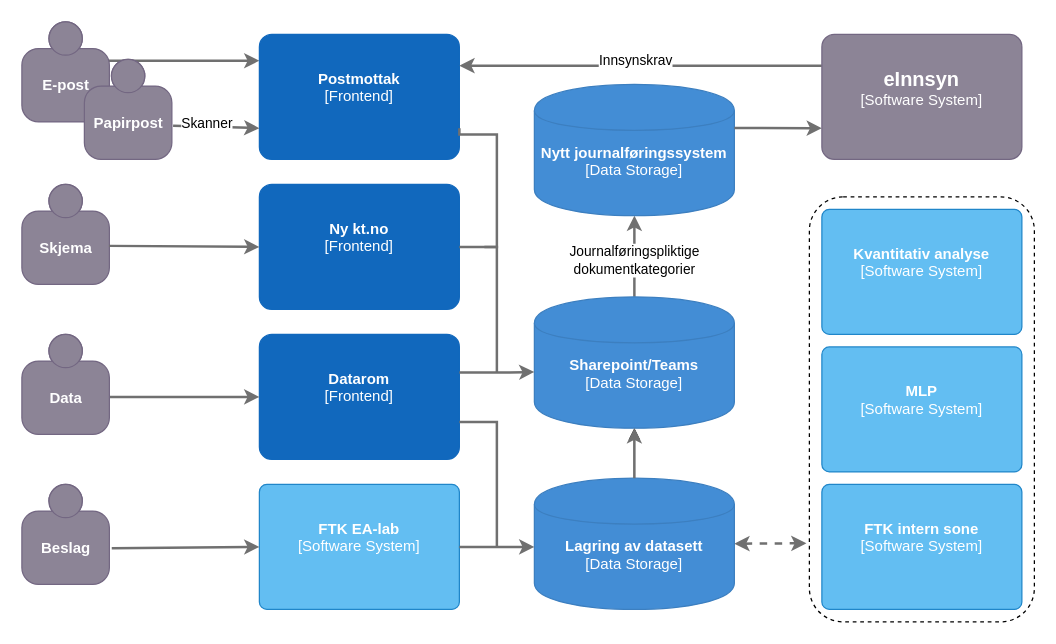
Before: page "Dataflyt inn" (1 of 14) of .drawio in mortenee/draw.io, a draw.io diagram. Source tidied: cells renumbered, new cells numbered last; positions are measured from the earlier drawing's top-left corner, leaving out a move shared by most shapes. Both pictures are drawn from the tidied source at 125%, with x=0, y=0 at pixel (21, 21).
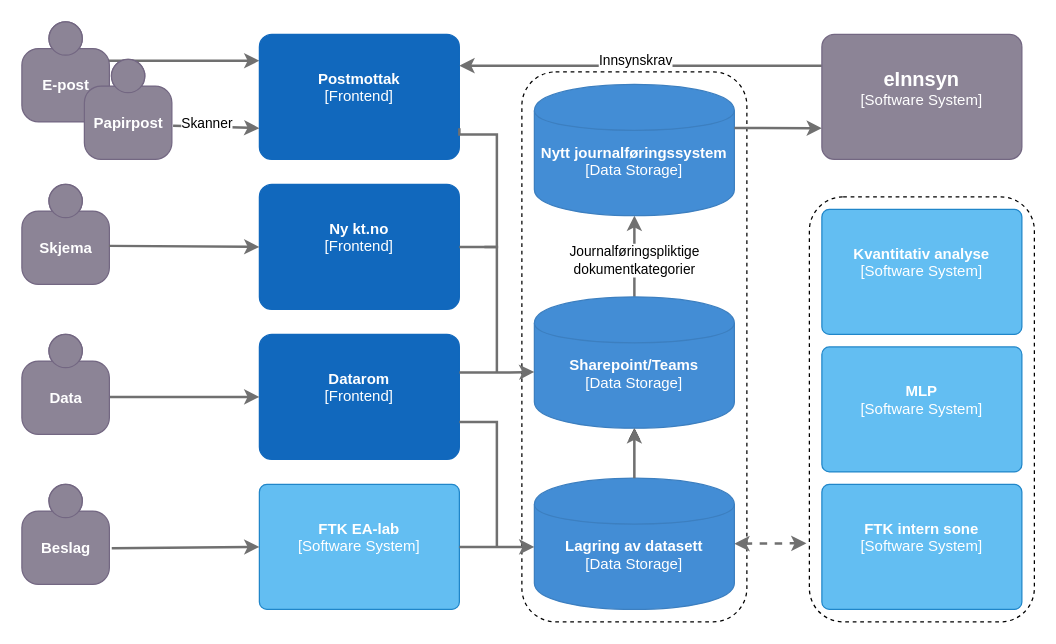
Above is the later version.

Diff of the diagram source:
```diff
@@
+    <mxCell id="38" style="rounded=1;whiteSpace=wrap;html=1;labelBorderColor=none;shadow=0;dashed=1;" parent="1" vertex="1">
+      <mxGeometry x="400" y="40" width="180" height="440" as="geometry" />
+    </mxCell>
```
